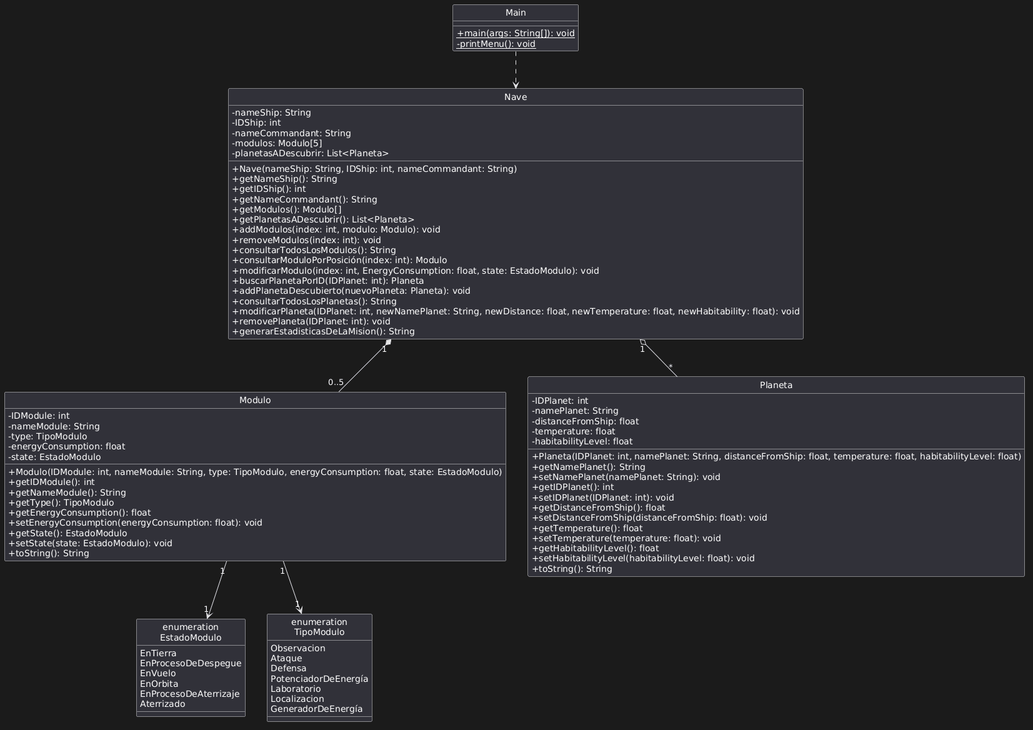
This is Diagrama de Clases Lab2 MP.png from alexpe07-uvg/Laboratorio-2-POO, a PlantUML export, as it was before one commit.
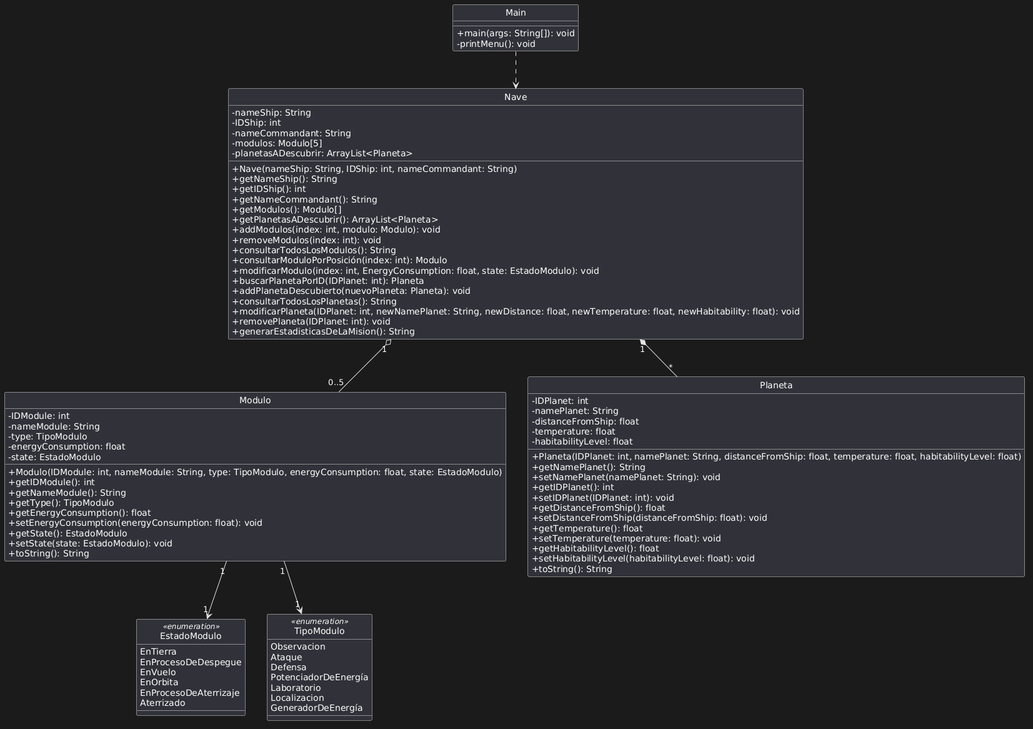
The same diagram one commit later.

Commit message:
cambio inesperafdo List a arrayList diagrama y codigo

Diff of the diagram source:
```diff
@@ -2,77 +2,77 @@
 skinparam classAttributeIconSize 0
 hide circle
 
+skinparam stereotypeFontColor #FFFFFF
+skinparam classStereotypeFontColor #FFFFFF
+
 class Main {
-    + {static} main(args: String[]): void
-    - {static} printMenu(): void
+    +main(args: String[]): void
+    -printMenu(): void
 }
 
 class Nave {
-    - nameShip: String
-    - IDShip: int
-    - nameCommandant: String
-    - modulos: Modulo[5]
-    - planetasADescubrir: List<Planeta>
-
-    + Nave(nameShip: String, IDShip: int, nameCommandant: String)
-    + getNameShip(): String
-    + getIDShip(): int
-    + getNameCommandant(): String
-    + getModulos(): Modulo[]
-    + getPlanetasADescubrir(): List<Planeta>
-    + addModulos(index: int, modulo: Modulo): void
-    + removeModulos(index: int): void
-    + consultarTodosLosModulos(): String
-    + consultarModuloPorPosición(index: int): Modulo
-    + modificarModulo(index: int, EnergyConsumption: float, state: EstadoModulo): void
-    + buscarPlanetaPorID(IDPlanet: int): Planeta
-    + addPlanetaDescubierto(nuevoPlaneta: Planeta): void
-    + consultarTodosLosPlanetas(): String
-    + modificarPlaneta(IDPlanet: int, newNamePlanet: String, newDistance: float, newTemperature: float, newHabitability: float): void
-    + removePlaneta(IDPlanet: int): void
-    + generarEstadisticasDeLaMision(): String
+    -nameShip: String
+    -IDShip: int
+    -nameCommandant: String
+    -modulos: Modulo[5]
+    -planetasADescubrir: ArrayList<Planeta>
+    +Nave(nameShip: String, IDShip: int, nameCommandant: String)
+    +getNameShip(): String
+    +getIDShip(): int
+    +getNameCommandant(): String
+    +getModulos(): Modulo[]
+    +getPlanetasADescubrir(): ArrayList<Planeta>
+    +addModulos(index: int, modulo: Modulo): void
+    +removeModulos(index: int): void
+    +consultarTodosLosModulos(): String
+    +consultarModuloPorPosición(index: int): Modulo
+    +modificarModulo(index: int, EnergyConsumption: float, state: EstadoModulo): void
+    +buscarPlanetaPorID(IDPlanet: int): Planeta
+    +addPlanetaDescubierto(nuevoPlaneta: Planeta): void
+    +consultarTodosLosPlanetas(): String
+    +modificarPlaneta(IDPlanet: int, newNamePlanet: String, newDistance: float, newTemperature: float, newHabitability: float): void
+    +removePlaneta(IDPlanet: int): void
+    +generarEstadisticasDeLaMision(): String
 }
 
 class Modulo {
-    - IDModule: int
-    - nameModule: String
-    - type: TipoModulo
-    - energyConsumption: float
-    - state: EstadoModulo
-
-    + Modulo(IDModule: int, nameModule: String, type: TipoModulo, energyConsumption: float, state: EstadoModulo)
-    + getIDModule(): int
-    + getNameModule(): String
-    + getType(): TipoModulo
-    + getEnergyConsumption(): float
-    + setEnergyConsumption(energyConsumption: float): void
-    + getState(): EstadoModulo
-    + setState(state: EstadoModulo): void
-    + toString(): String
+    -IDModule: int
+    -nameModule: String
+    -type: TipoModulo
+    -energyConsumption: float
+    -state: EstadoModulo
+    +Modulo(IDModule: int, nameModule: String, type: TipoModulo, energyConsumption: float, state: EstadoModulo)
+    +getIDModule(): int
+    +getNameModule(): String
+    +getType(): TipoModulo
+    +getEnergyConsumption(): float
+    +setEnergyConsumption(energyConsumption: float): void
+    +getState(): EstadoModulo
+    +setState(state: EstadoModulo): void
+    +toString(): String
 }
 
 class Planeta {
-    - IDPlanet: int
-    - namePlanet: String
-    - distanceFromShip: float
-    - temperature: float
-    - habitabilityLevel: float
-
-    + Planeta(IDPlanet: int, namePlanet: String, distanceFromShip: float, temperature: float, habitabilityLevel: float)
-    + getNamePlanet(): String
-    + setNamePlanet(namePlanet: String): void
-    + getIDPlanet(): int
-    + setIDPlanet(IDPlanet: int): void
-    + getDistanceFromShip(): float
-    + setDistanceFromShip(distanceFromShip: float): void
-    + getTemperature(): float
-    + setTemperature(temperature: float): void
-    + getHabitabilityLevel(): float
-    + setHabitabilityLevel(habitabilityLevel: float): void
-    + toString(): String
+    -IDPlanet: int
+    -namePlanet: String
+    -distanceFromShip: float
+    -temperature: float
+    -habitabilityLevel: float
+    +Planeta(IDPlanet: int, namePlanet: String, distanceFromShip: float, temperature: float, habitabilityLevel: float)
+    +getNamePlanet(): String
+    +setNamePlanet(namePlanet: String): void
+    +getIDPlanet(): int
+    +setIDPlanet(IDPlanet: int): void
+    +getDistanceFromShip(): float
+    +setDistanceFromShip(distanceFromShip: float): void
+    +getTemperature(): float
+    +setTemperature(temperature: float): void
+    +getHabitabilityLevel(): float
+    +setHabitabilityLevel(habitabilityLevel: float): void
+    +toString(): String
 }
 
-class "enumeration\nEstadoModulo" as EstadoModulo {
+class EstadoModulo <<enumeration>> {
     EnTierra
     EnProcesoDeDespegue
     EnVuelo
@@ -81,7 +81,7 @@
     Aterrizado
 }
 
-class "enumeration\nTipoModulo" as TipoModulo {
+class TipoModulo <<enumeration>> {
     Observacion
     Ataque
     Defensa
@@ -92,9 +92,8 @@
 }
 
 Main ..> Nave
-Nave "1" *-- "0..5" Modulo
-Nave "1" o-- "*" Planeta
-
+Nave "1" o-- "0..5" Modulo
+Nave "1" *-- "*" Planeta
 Modulo "1" --> "1" EstadoModulo
 Modulo "1" --> "1" TipoModulo
 @enduml
```
